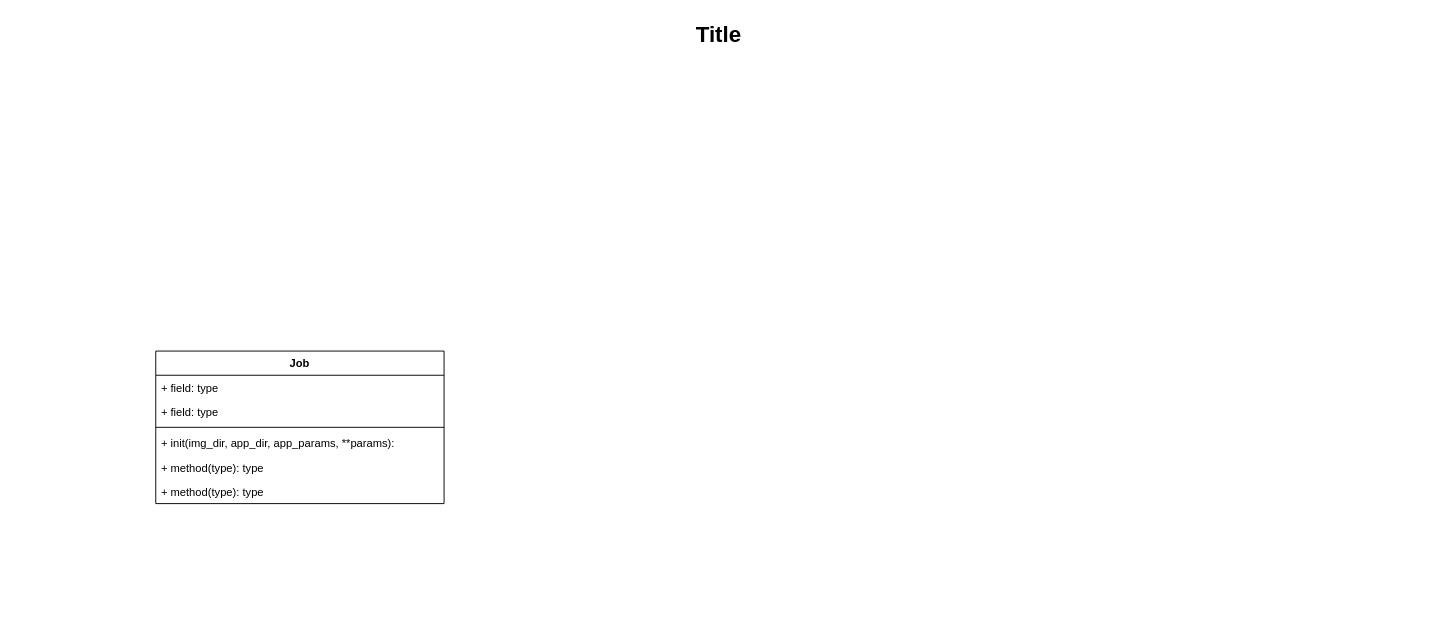
Before: hive.drawio in fanch-luck/appiumapps, a draw.io diagram. Source tidied: cells renumbered, new cells numbered last; positions are measured from the earlier drawing's top-left corner, leaving out a move shared by most shapes. Both pictures are drawn from the tidied source at 93%, with x=0, y=0 at pixel (16, 16).
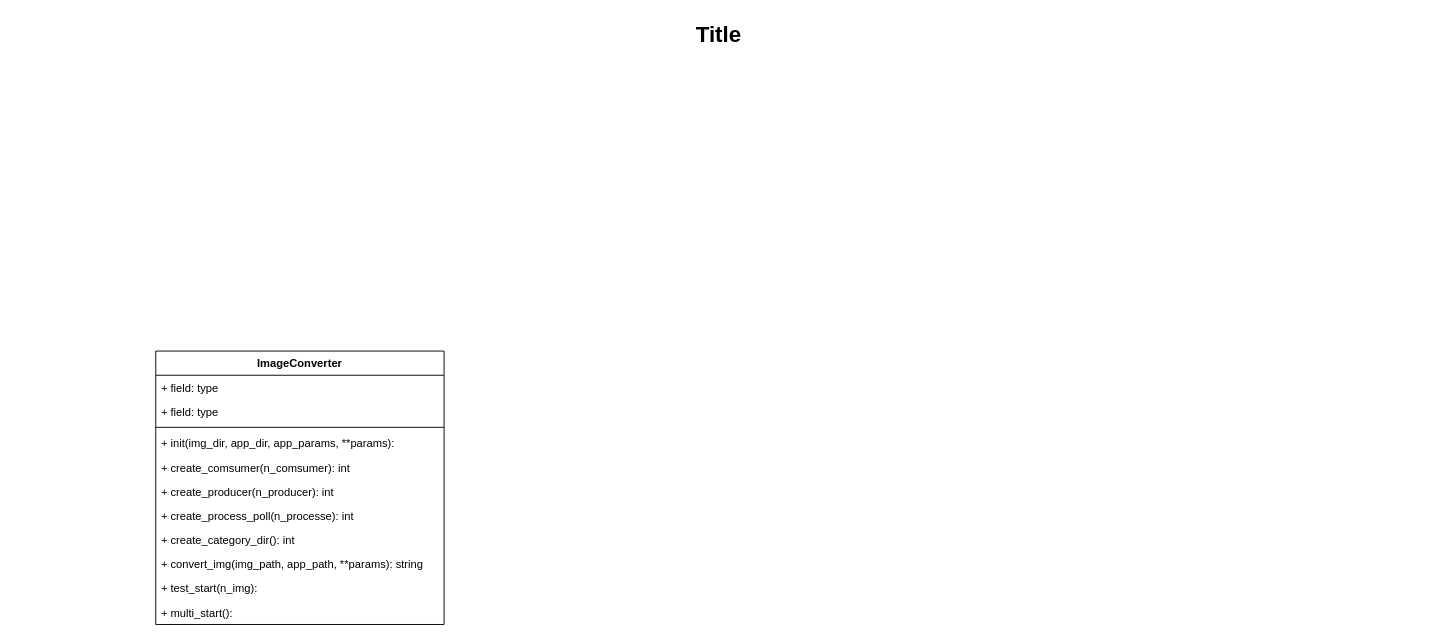
Above is the later version.

Diff of the diagram source:
```diff
@@
 <mxGraphModel>
   <root>
     <mxCell id="0" />
     <mxCell id="1" parent="0" />
     <mxCell id="2" value="Title" style="text;strokeColor=none;fillColor=none;html=1;fontSize=24;fontStyle=1;verticalAlign=middle;align=center;" parent="1" vertex="1">
       <mxGeometry width="1510" height="40" as="geometry" />
     </mxCell>
-    <mxCell id="3" value="Job" style="swimlane;fontStyle=1;align=center;verticalAlign=top;horizontal=1;startSize=26;" parent="1" vertex="1">
-      <mxGeometry x="150" y="360" width="310" height="164" as="geometry" />
+    <mxCell id="3" value="ImageConverter" style="swimlane;fontStyle=1;align=center;verticalAlign=top;horizontal=1;startSize=26;" parent="1" vertex="1">
+      <mxGeometry x="150" y="360" width="310" height="294" as="geometry" />
     </mxCell>
     <mxCell id="4" value="+ field: type" style="text;strokeColor=none;fillColor=none;align=left;verticalAlign=top;spacingLeft=4;spacingRight=4;overflow=hidden;" parent="3" vertex="1">
       <mxGeometry y="26" width="310" height="26" as="geometry" />
     </mxCell>
     <mxCell id="5" value="+ field: type" style="text;strokeColor=none;fillColor=none;align=left;verticalAlign=top;spacingLeft=4;spacingRight=4;overflow=hidden;" parent="3" vertex="1">
       <mxGeometry y="52" width="310" height="26" as="geometry" />
     </mxCell>
     <mxCell id="6" style="line;strokeWidth=1;fillColor=none;align=left;verticalAlign=middle;spacingTop=-1;spacingLeft=3;spacingRight=3;labelPosition=right;" parent="3" vertex="1">
       <mxGeometry y="78" width="310" height="8" as="geometry" />
     </mxCell>
     <mxCell id="7" value="+ init(img_dir, app_dir, app_params, **params):" style="text;strokeColor=none;fillColor=none;align=left;verticalAlign=top;spacingLeft=4;spacingRight=4;overflow=hidden;" parent="3" vertex="1">
       <mxGeometry y="86" width="310" height="26" as="geometry" />
     </mxCell>
-    <mxCell id="8" value="+ method(type): type" style="text;strokeColor=none;fillColor=none;align=left;verticalAlign=top;spacingLeft=4;spacingRight=4;overflow=hidden;" parent="3" vertex="1">
+    <mxCell id="8" value="+ create_comsumer(n_comsumer): int" style="text;strokeColor=none;fillColor=none;align=left;verticalAlign=top;spacingLeft=4;spacingRight=4;overflow=hidden;" parent="3" vertex="1">
       <mxGeometry y="112" width="310" height="26" as="geometry" />
     </mxCell>
-    <mxCell id="9" value="+ method(type): type" style="text;strokeColor=none;fillColor=none;align=left;verticalAlign=top;spacingLeft=4;spacingRight=4;overflow=hidden;" parent="3" vertex="1">
+    <mxCell id="9" value="+ create_producer(n_producer): int" style="text;strokeColor=none;fillColor=none;align=left;verticalAlign=top;spacingLeft=4;spacingRight=4;overflow=hidden;" parent="3" vertex="1">
       <mxGeometry y="138" width="310" height="26" as="geometry" />
     </mxCell>
+    <mxCell id="10" value="+ create_process_poll(n_processe): int" style="text;strokeColor=none;fillColor=none;align=left;verticalAlign=top;spacingLeft=4;spacingRight=4;overflow=hidden;" parent="3" vertex="1">
+      <mxGeometry y="164" width="310" height="26" as="geometry" />
+    </mxCell>
+    <mxCell id="11" value="+ create_category_dir(): int" style="text;strokeColor=none;fillColor=none;align=left;verticalAlign=top;spacingLeft=4;spacingRight=4;overflow=hidden;" parent="3" vertex="1">
+      <mxGeometry y="190" width="310" height="26" as="geometry" />
+    </mxCell>
+    <mxCell id="12" value="+ convert_img(img_path, app_path, **params): string" style="text;strokeColor=none;fillColor=none;align=left;verticalAlign=top;spacingLeft=4;spacingRight=4;overflow=hidden;" parent="3" vertex="1">
+      <mxGeometry y="216" width="310" height="26" as="geometry" />
+    </mxCell>
+    <mxCell id="13" value="+ test_start(n_img): " style="text;strokeColor=none;fillColor=none;align=left;verticalAlign=top;spacingLeft=4;spacingRight=4;overflow=hidden;" parent="3" vertex="1">
+      <mxGeometry y="242" width="310" height="26" as="geometry" />
+    </mxCell>
+    <mxCell id="14" value="+ multi_start(): " style="text;strokeColor=none;fillColor=none;align=left;verticalAlign=top;spacingLeft=4;spacingRight=4;overflow=hidden;" parent="3" vertex="1">
+      <mxGeometry y="268" width="310" height="26" as="geometry" />
+    </mxCell>
   </root>
 </mxGraphModel>
```
